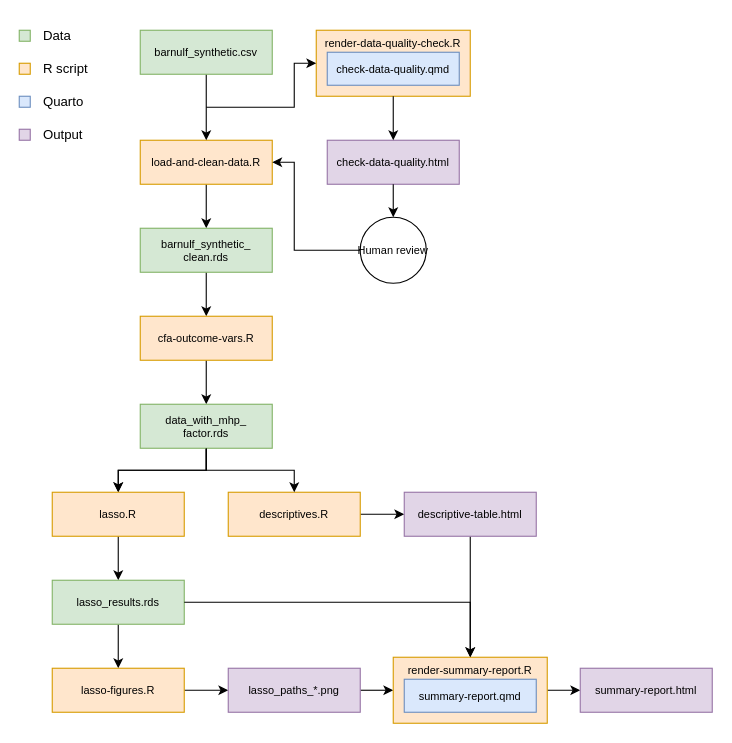
The draw.io diagram figure-pipe.drawio in MagIvarsson/git-course-exam, before the edit. Source tidied: cells renumbered, new cells numbered last; positions are measured from the earlier drawing's top-left corner, leaving out a move shared by most shapes. Both pictures are drawn from the tidied source at 110%, with x=0, y=0 at pixel (19, 19).
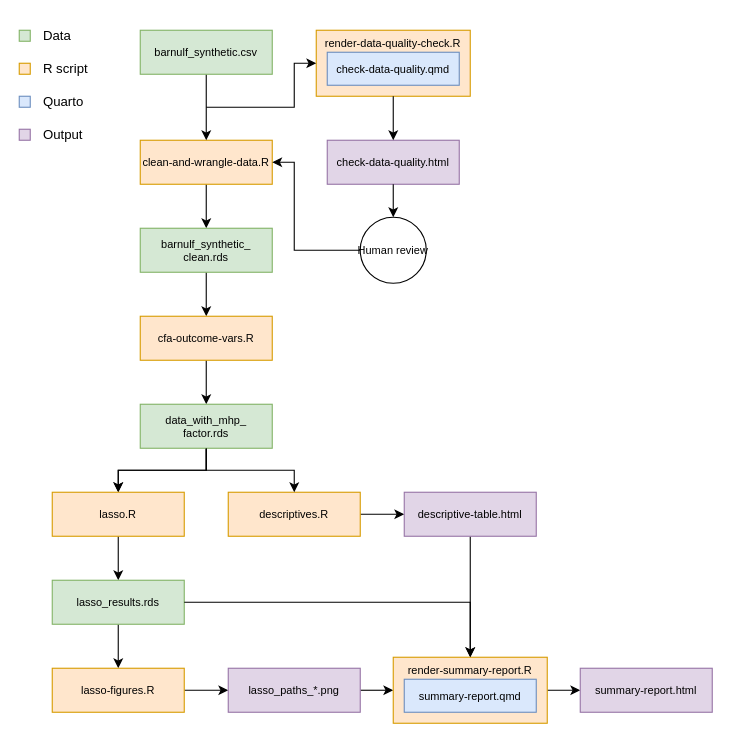
The same page after the edit.

Commit message:
Corrected name on of the scrtips

Change to the diagram source:
```diff
@@
-    <mxCell id="4" value="load-and-clean-data.R" style="rounded=0;whiteSpace=wrap;html=1;fillColor=#ffe6cc;strokeColor=#d79b00;fontSize=10;" parent="1" vertex="1">
+    <mxCell id="4" value="clean-and-wrangle-data.R" style="rounded=0;whiteSpace=wrap;html=1;fillColor=#ffe6cc;strokeColor=#d79b00;fontSize=10;" parent="1" vertex="1">
       <mxGeometry x="110" y="110" width="120" height="40" as="geometry" />
     </mxCell>
```
